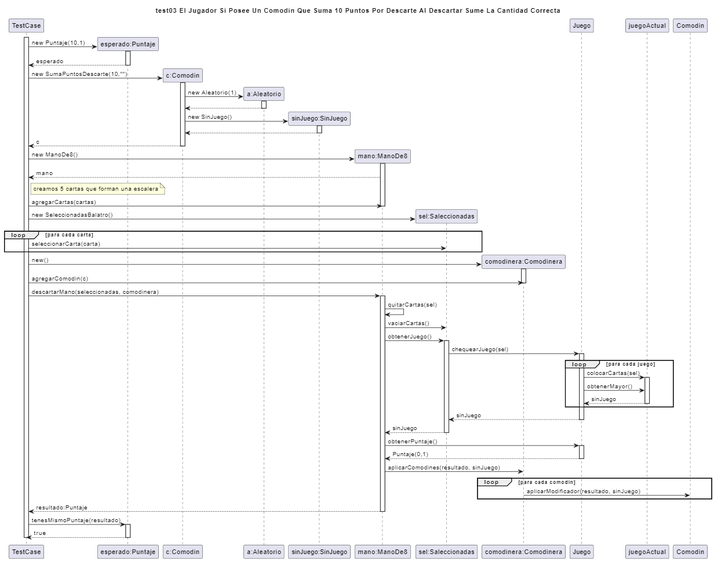
This is diagrams/sequences/casoDeUso3.png from facukresta/g06-tp2-2c-2024, a PlantUML export, as it was before one commit. Its source is kept beside it as diagrams/sequences/casoDeUso3.puml.
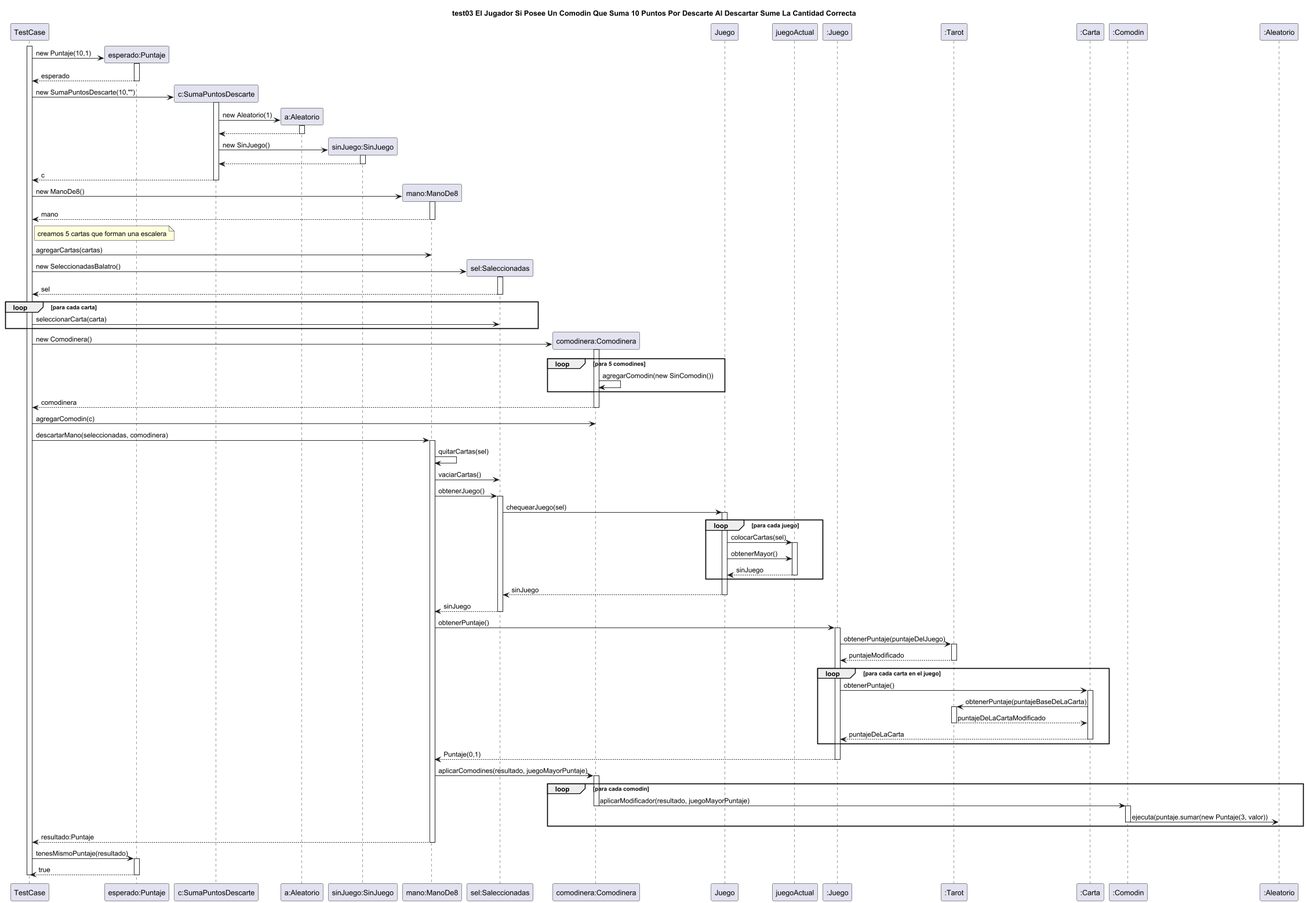
Above is the later version.

The edit, as a diff of the source:
```diff
@@ -10,7 +10,7 @@
 TestCase <-- esperado : esperado
 deactivate esperado
 
-TestCase -> "c:Comodin" as comodin **: new SumaPuntosDescarte(10,"")
+TestCase -> "c:SumaPuntosDescarte" as comodin **: new SumaPuntosDescarte(10,"")
 
 activate comodin
 comodin -> "a:Aleatorio" as aleatorio **: new Aleatorio(1)
@@ -27,19 +27,28 @@
 TestCase -> "mano:ManoDe8" as mano **: new ManoDe8()
 activate mano
 TestCase <-- mano : mano
+deactivate mano
 note right of TestCase: creamos 5 cartas que forman una escalera
 TestCase -> mano : agregarCartas(cartas)
 deactivate mano
 
 TestCase -> "sel:Saleccionadas" as sel ** : new SeleccionadasBalatro()
+activate sel
+TestCase <-- sel :sel
+deactivate sel
 loop para cada carta
 TestCase -> sel : seleccionarCarta(carta)
 end
 
-TestCase -> "comodinera:Comodinera" as comodinera **: new()
+TestCase -> "comodinera:Comodinera" as comodinera **: new Comodinera()
 activate comodinera
+
+loop para 5 comodines
+comodinera -> comodinera  :agregarComodin(new SinComodin())
+end
+TestCase <-- comodinera :comodinera
+deactivate comodinera
 TestCase -> comodinera : agregarComodin(c)
-deactivate comodinera
 
 
 TestCase -> mano : descartarMano(seleccionadas, comodinera)
@@ -65,14 +74,33 @@
 mano <-- sel : sinJuego
 deactivate sel
 
-mano -> Juego : obtenerPuntaje()
-activate Juego
-mano <-- Juego : Puntaje(0,1)
-deactivate Juego
+mano -> ":Juego" as escalera : obtenerPuntaje()
+activate escalera
+escalera -> ":Tarot" as tarot :obtenerPuntaje(puntajeDelJuego)
+activate tarot
+escalera <-- tarot :puntajeModificado
+deactivate tarot
+loop para cada carta en el juego
+escalera -> ":Carta" as carta :obtenerPuntaje()
+activate carta
+carta -> tarot :obtenerPuntaje(puntajeBaseDeLaCarta)
+activate tarot
+carta <-- tarot :puntajeDeLaCartaModificado
+deactivate
+escalera <-- carta: puntajeDeLaCarta
+deactivate carta
+end
+mano <-- escalera : Puntaje(0,1)
+deactivate escalera
 
-mano -> comodinera : aplicarComodines(resultado, sinJuego)
+mano -> comodinera : aplicarComodines(resultado, juegoMayorPuntaje)
+activate comodinera
 loop para cada comodin
-comodinera -> "Comodin" : aplicarModificador(resultado, sinJuego)
+comodinera -> ":Comodin" as comodin3 : aplicarModificador(resultado, juegoMayorPuntaje)
+deactivate comodinera
+activate comodin3
+comodin3 -> ":Aleatorio" as ejecucion : ejecuta(puntaje.sumar(new Puntaje(3, valor))
+deactivate comodin3
 end
 TestCase <-- mano : resultado:Puntaje
 deactivate mano
```
